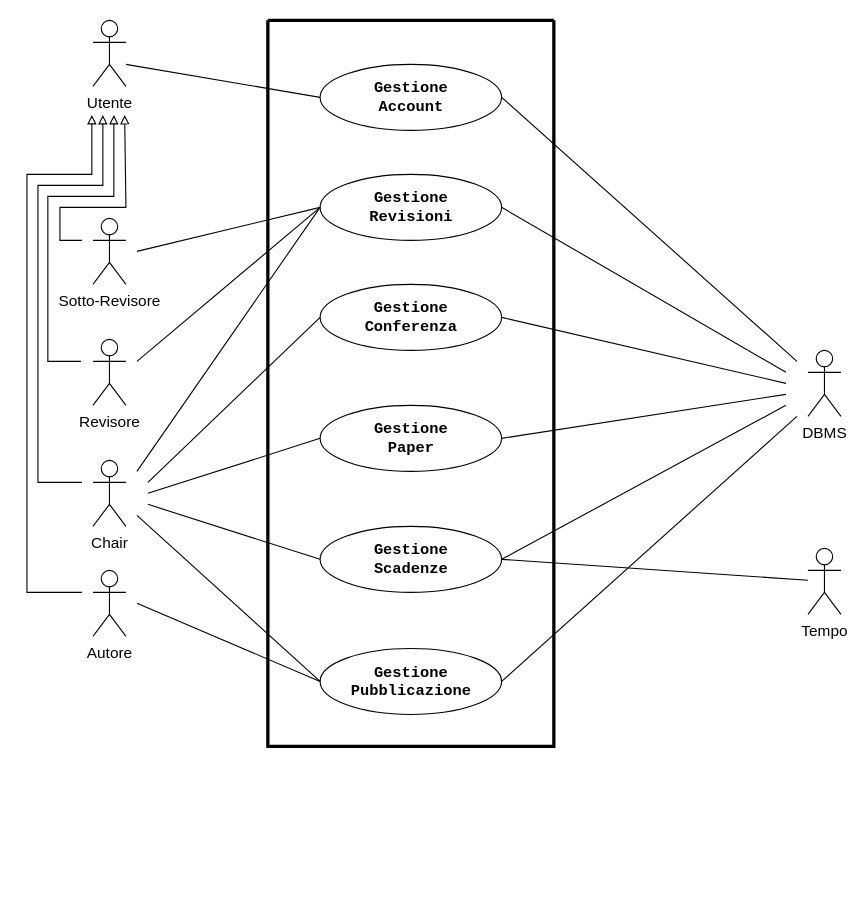
Above: VistaInsieme.drawio in Gabro29/IngegneriaSoftware (draw.io), before the change. Source tidied: cells renumbered, new cells numbered last; positions are measured from the earlier drawing's top-left corner, leaving out a move shared by most shapes. Both pictures are drawn from the tidied source at 110%, with x=0, y=0 at pixel (26, 20).
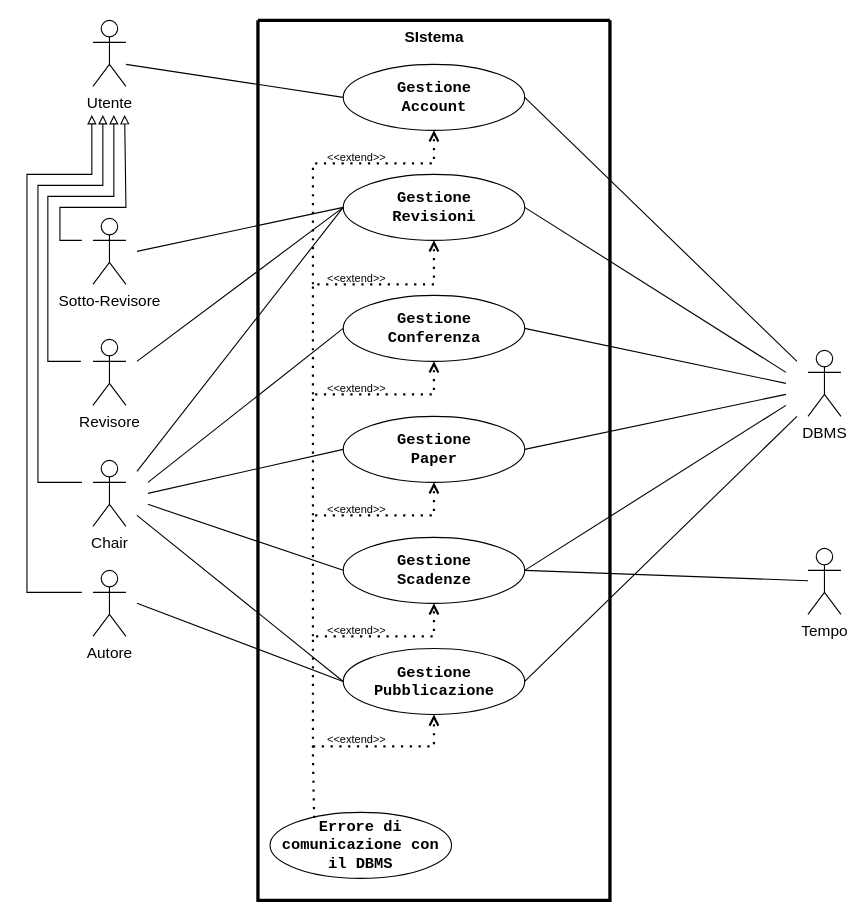
The same page after the edit.

What changed in the source:
```diff
@@
     <mxCell id="2" style="swimlane;startSize=0;swimlaneFillColor=none;strokeWidth=3;strokeColor=light-dark(#000000,#000000);labelBackgroundColor=none;fontColor=light-dark(#000000,#000000);" parent="1" vertex="1">
-      <mxGeometry x="219" width="260" height="660" as="geometry" />
+      <mxGeometry x="210" width="320" height="800" as="geometry" />
     </mxCell>
     <mxCell id="3" value="&lt;font style=&quot;color: light-dark(rgb(0, 0, 0), rgb(0, 0, 0)); font-size: 14px;&quot; face=&quot;Courier New&quot;&gt;&lt;b&gt;Gestione&lt;/b&gt;&lt;/font&gt;&lt;div&gt;&lt;font style=&quot;color: light-dark(rgb(0, 0, 0), rgb(0, 0, 0)); font-size: 14px;&quot; face=&quot;Courier New&quot;&gt;&lt;b&gt;Account&lt;/b&gt;&lt;/font&gt;&lt;/div&gt;" style="ellipse;whiteSpace=wrap;html=1;fillColor=light-dark(#FFFFFF,#FFFFFF);strokeColor=light-dark(#000000,#000000);" parent="2" vertex="1">
-      <mxGeometry x="47.5" y="40" width="165" height="60" as="geometry" />
+      <mxGeometry x="77.5" y="40" width="165" height="60" as="geometry" />
     </mxCell>
     <mxCell id="4" value="&lt;font face=&quot;Courier New&quot; style=&quot;color: light-dark(rgb(0, 0, 0), rgb(0, 0, 0)); font-size: 14px;&quot;&gt;&lt;b&gt;Gestione&lt;/b&gt;&lt;/font&gt;&lt;div&gt;&lt;span style=&quot;font-family: &amp;quot;Courier New&amp;quot;;&quot;&gt;&lt;font style=&quot;color: light-dark(rgb(0, 0, 0), rgb(0, 0, 0)); font-size: 14px;&quot;&gt;&lt;b&gt;Revisioni&lt;/b&gt;&lt;/font&gt;&lt;/span&gt;&lt;/div&gt;" style="ellipse;whiteSpace=wrap;html=1;fillColor=light-dark(#FFFFFF,#FFFFFF);strokeColor=light-dark(#000000,#000000);" parent="2" vertex="1">
-      <mxGeometry x="47.5" y="140" width="165" height="60" as="geometry" />
+      <mxGeometry x="77.5" y="140" width="165" height="60" as="geometry" />
     </mxCell>
     <mxCell id="5" value="&lt;font face=&quot;Courier New&quot; style=&quot;color: light-dark(rgb(0, 0, 0), rgb(0, 0, 0)); font-size: 14px;&quot;&gt;&lt;b&gt;Gestione&lt;/b&gt;&lt;/font&gt;&lt;div&gt;&lt;font style=&quot;color: light-dark(rgb(0, 0, 0), rgb(0, 0, 0)); font-size: 14px;&quot; face=&quot;Courier New&quot;&gt;&lt;b&gt;Conferenza&lt;/b&gt;&lt;/font&gt;&lt;/div&gt;" style="ellipse;whiteSpace=wrap;html=1;fillColor=light-dark(#FFFFFF,#FFFFFF);strokeColor=light-dark(#000000,#000000);" parent="2" vertex="1">
-      <mxGeometry x="47.5" y="240" width="165" height="60" as="geometry" />
+      <mxGeometry x="77.5" y="250" width="165" height="60" as="geometry" />
     </mxCell>
     <mxCell id="6" value="&lt;font face=&quot;Courier New&quot; style=&quot;color: light-dark(rgb(0, 0, 0), rgb(0, 0, 0)); font-size: 14px;&quot;&gt;&lt;b&gt;Gestione&lt;/b&gt;&lt;/font&gt;&lt;div&gt;&lt;span style=&quot;font-family: &amp;quot;Courier New&amp;quot;;&quot;&gt;&lt;font style=&quot;color: light-dark(rgb(0, 0, 0), rgb(0, 0, 0)); font-size: 14px;&quot;&gt;&lt;b&gt;Paper&lt;/b&gt;&lt;/font&gt;&lt;/span&gt;&lt;/div&gt;" style="ellipse;whiteSpace=wrap;html=1;fillColor=light-dark(#FFFFFF,#FFFFFF);strokeColor=light-dark(#000000,#000000);" parent="2" vertex="1">
-      <mxGeometry x="47.5" y="350" width="165" height="60" as="geometry" />
+      <mxGeometry x="77.5" y="360" width="165" height="60" as="geometry" />
     </mxCell>
     <mxCell id="7" value="&lt;font face=&quot;Courier New&quot; style=&quot;color: light-dark(rgb(0, 0, 0), rgb(0, 0, 0)); font-size: 14px;&quot;&gt;&lt;b&gt;Gestione&lt;/b&gt;&lt;/font&gt;&lt;div&gt;&lt;font face=&quot;Courier New&quot; style=&quot;color: light-dark(rgb(0, 0, 0), rgb(0, 0, 0)); font-size: 14px;&quot;&gt;&lt;b&gt;Pubblicazione&lt;/b&gt;&lt;/font&gt;&lt;/div&gt;" style="ellipse;whiteSpace=wrap;html=1;fillColor=light-dark(#FFFFFF,#FFFFFF);strokeColor=light-dark(#000000,#000000);" parent="2" vertex="1">
-      <mxGeometry x="47.5" y="571" width="165" height="60" as="geometry" />
+      <mxGeometry x="77.5" y="571" width="165" height="60" as="geometry" />
     </mxCell>
     <mxCell id="8" value="&lt;font face=&quot;Courier New&quot; style=&quot;color: light-dark(rgb(0, 0, 0), rgb(0, 0, 0)); font-size: 14px;&quot;&gt;&lt;b&gt;Gestione&lt;/b&gt;&lt;/font&gt;&lt;div&gt;&lt;font face=&quot;Courier New&quot; style=&quot;color: light-dark(rgb(0, 0, 0), rgb(0, 0, 0)); font-size: 14px;&quot;&gt;&lt;b&gt;Scadenze&lt;/b&gt;&lt;/font&gt;&lt;/div&gt;" style="ellipse;whiteSpace=wrap;html=1;fillColor=light-dark(#FFFFFF,#FFFFFF);strokeColor=light-dark(#000000,#000000);" parent="2" vertex="1">
-      <mxGeometry x="47.5" y="460" width="165" height="60" as="geometry" />
+      <mxGeometry x="77.5" y="470" width="165" height="60" as="geometry" />
     </mxCell>
+    <mxCell id="36" value="&lt;font style=&quot;color: light-dark(rgb(0, 0, 0), rgb(0, 0, 0));&quot; face=&quot;Courier New&quot;&gt;&lt;span style=&quot;font-size: 14px;&quot;&gt;&lt;b style=&quot;&quot;&gt;Errore di comunicazione con il DBMS&lt;/b&gt;&lt;/span&gt;&lt;/font&gt;" style="ellipse;whiteSpace=wrap;html=1;fillColor=light-dark(#FFFFFF,#FFFFFF);strokeColor=light-dark(#000000,#000000);" parent="2" vertex="1">
+      <mxGeometry x="11" y="720" width="165" height="60" as="geometry" />
+    </mxCell>
+    <mxCell id="37" value="&lt;font style=&quot;color: light-dark(rgb(0, 0, 0), rgb(0, 0, 0)); font-size: 14px;&quot;&gt;&lt;b&gt;SIstema&lt;/b&gt;&lt;/font&gt;" style="text;html=1;align=center;verticalAlign=middle;strokeColor=none;fillColor=none;" parent="2" vertex="1">
+      <mxGeometry x="120" width="80" height="30" as="geometry" />
+    </mxCell>
+    <mxCell id="38" style="endArrow=open;dashed=1;html=1;dashPattern=1 3;strokeWidth=2;rounded=0;strokeColor=light-dark(#000000,#000000);endFill=0;entryX=0.5;entryY=1;entryDx=0;entryDy=0;" parent="2" edge="1" target="5">
+      <mxGeometry relative="1" as="geometry">
+        <mxPoint x="50" y="450" as="sourcePoint" />
+        <Array as="points">
+          <mxPoint x="50" y="340" />
+          <mxPoint x="160" y="340" />
+        </Array>
+      </mxGeometry>
+    </mxCell>
+    <mxCell id="39" style="endArrow=open;dashed=1;html=1;dashPattern=1 3;strokeWidth=2;rounded=0;strokeColor=light-dark(#000000,#000000);endFill=0;entryX=0.5;entryY=1;entryDx=0;entryDy=0;" parent="2" edge="1" target="4">
+      <mxGeometry relative="1" as="geometry">
+        <mxPoint x="50" y="340" as="sourcePoint" />
+        <Array as="points">
+          <mxPoint x="50" y="240" />
+          <mxPoint x="160" y="240" />
+        </Array>
+      </mxGeometry>
+    </mxCell>
+    <mxCell id="40" style="endArrow=open;dashed=1;html=1;dashPattern=1 3;strokeWidth=2;rounded=0;strokeColor=light-dark(#000000,#000000);endFill=0;entryX=0.5;entryY=1;entryDx=0;entryDy=0;" parent="2" edge="1" target="3">
+      <mxGeometry relative="1" as="geometry">
+        <mxPoint x="50" y="240" as="sourcePoint" />
+        <Array as="points">
+          <mxPoint x="50" y="130" />
+          <mxPoint x="160" y="130" />
+        </Array>
+      </mxGeometry>
+    </mxCell>
+    <mxCell id="41" value="&lt;font style=&quot;color: light-dark(rgb(0, 0, 0), rgb(0, 0, 0)); font-size: 10px;&quot;&gt;&amp;lt;&amp;lt;extend&amp;gt;&amp;gt;&lt;/font&gt;" style="text;html=1;align=center;verticalAlign=middle;whiteSpace=wrap;rounded=0;" parent="2" vertex="1">
+      <mxGeometry x="59.5" y="648" width="60" height="10" as="geometry" />
+    </mxCell>
+    <mxCell id="42" style="endArrow=open;dashed=1;html=1;dashPattern=1 3;strokeWidth=2;rounded=0;strokeColor=light-dark(#000000,#000000);endFill=0;entryX=0.5;entryY=1;entryDx=0;entryDy=0;exitX=0.243;exitY=0.086;exitDx=0;exitDy=0;exitPerimeter=0;" parent="2" edge="1" source="36" target="8">
+      <mxGeometry relative="1" as="geometry">
+        <Array as="points">
+          <mxPoint x="50" y="670" />
+          <mxPoint x="50" y="560" />
+          <mxPoint x="160" y="560" />
+        </Array>
+      </mxGeometry>
+    </mxCell>
+    <mxCell id="43" value="&lt;font style=&quot;color: light-dark(rgb(0, 0, 0), rgb(0, 0, 0)); font-size: 10px;&quot;&gt;&amp;lt;&amp;lt;extend&amp;gt;&amp;gt;&lt;/font&gt;" style="text;html=1;align=center;verticalAlign=middle;whiteSpace=wrap;rounded=0;" parent="2" vertex="1">
+      <mxGeometry x="59.5" y="549" width="60" height="10" as="geometry" />
+    </mxCell>
@@
-    <mxCell id="10" value="&lt;font face=&quot;Helvetica&quot; style=&quot;color: light-dark(rgb(0, 0, 0), rgb(0, 0, 0)); font-size: 14px;&quot;&gt;Autore&lt;/font&gt;" style="shape=umlActor;verticalLabelPosition=bottom;verticalAlign=top;html=1;strokeColor=light-dark(#000000,#000000);" parent="1" vertex="1">
+    <mxCell id="10" value="&lt;font face=&quot;Helvetica&quot; style=&quot;color: light-dark(rgb(0, 0, 0), rgb(0, 0, 0)); font-size: 14px;&quot;&gt;Autore&lt;/font&gt;" style="shape=umlActor;verticalLabelPosition=bottom;verticalAlign=top;html=1;strokeColor=light-dark(#000000,#000000);fillColor=none;" parent="1" vertex="1">
       <mxGeometry x="60" y="500" width="30" height="60" as="geometry" />
     </mxCell>
-    <mxCell id="11" value="&lt;font face=&quot;Helvetica&quot; style=&quot;color: light-dark(rgb(0, 0, 0), rgb(0, 0, 0)); font-size: 14px;&quot;&gt;Chair&lt;/font&gt;" style="shape=umlActor;verticalLabelPosition=bottom;verticalAlign=top;html=1;strokeColor=light-dark(#000000,#000000);" parent="1" vertex="1">
+    <mxCell id="11" value="&lt;font face=&quot;Helvetica&quot; style=&quot;color: light-dark(rgb(0, 0, 0), rgb(0, 0, 0)); font-size: 14px;&quot;&gt;Chair&lt;/font&gt;" style="shape=umlActor;verticalLabelPosition=bottom;verticalAlign=top;html=1;strokeColor=light-dark(#000000,#000000);fillColor=none;" parent="1" vertex="1">
       <mxGeometry x="60" y="400" width="30" height="60" as="geometry" />
     </mxCell>
-    <mxCell id="12" value="&lt;font face=&quot;Helvetica&quot; style=&quot;color: light-dark(rgb(0, 0, 0), rgb(0, 0, 0)); font-size: 14px;&quot;&gt;Revisore&lt;/font&gt;" style="shape=umlActor;verticalLabelPosition=bottom;verticalAlign=top;html=1;strokeColor=light-dark(#000000,#000000);" parent="1" vertex="1">
+    <mxCell id="12" value="&lt;font face=&quot;Helvetica&quot; style=&quot;color: light-dark(rgb(0, 0, 0), rgb(0, 0, 0)); font-size: 14px;&quot;&gt;Revisore&lt;/font&gt;" style="shape=umlActor;verticalLabelPosition=bottom;verticalAlign=top;html=1;strokeColor=light-dark(#000000,#000000);fillColor=none;" parent="1" vertex="1">
       <mxGeometry x="60" y="290" width="30" height="60" as="geometry" />
     </mxCell>
-    <mxCell id="13" value="&lt;font face=&quot;Helvetica&quot; style=&quot;color: light-dark(rgb(0, 0, 0), rgb(0, 0, 0)); font-size: 14px;&quot;&gt;Sotto-Revisore&lt;/font&gt;" style="shape=umlActor;verticalLabelPosition=bottom;verticalAlign=top;html=1;strokeColor=light-dark(#000000,#000000);" parent="1" vertex="1">
+    <mxCell id="13" value="&lt;font face=&quot;Helvetica&quot; style=&quot;color: light-dark(rgb(0, 0, 0), rgb(0, 0, 0)); font-size: 14px;&quot;&gt;Sotto-Revisore&lt;/font&gt;" style="shape=umlActor;verticalLabelPosition=bottom;verticalAlign=top;html=1;strokeColor=light-dark(#000000,#000000);fillColor=none;" parent="1" vertex="1">
       <mxGeometry x="60" y="180" width="30" height="60" as="geometry" />
     </mxCell>
@@
-    <mxCell id="15" value="&lt;font style=&quot;color: light-dark(rgb(0, 0, 0), rgb(0, 0, 0)); font-size: 14px;&quot;&gt;Utente&lt;/font&gt;" style="shape=umlActor;verticalLabelPosition=bottom;verticalAlign=top;html=1;strokeColor=light-dark(#000000,#000000);" parent="1" vertex="1">
+    <mxCell id="15" value="&lt;font style=&quot;color: light-dark(rgb(0, 0, 0), rgb(0, 0, 0)); font-size: 14px;&quot;&gt;Utente&lt;/font&gt;" style="shape=umlActor;verticalLabelPosition=bottom;verticalAlign=top;html=1;strokeColor=light-dark(#000000,#000000);fillColor=none;" parent="1" vertex="1">
       <mxGeometry x="60" width="30" height="60" as="geometry" />
     </mxCell>
@@
-    <mxCell id="24" value="&lt;font face=&quot;Helvetica&quot; style=&quot;color: light-dark(rgb(0, 0, 0), rgb(0, 0, 0)); font-size: 14px;&quot;&gt;DBMS&lt;/font&gt;" style="shape=umlActor;verticalLabelPosition=bottom;verticalAlign=top;html=1;strokeColor=light-dark(#000000,#000000);" parent="1" vertex="1">
+    <mxCell id="24" value="&lt;font face=&quot;Helvetica&quot; style=&quot;color: light-dark(rgb(0, 0, 0), rgb(0, 0, 0)); font-size: 14px;&quot;&gt;DBMS&lt;/font&gt;" style="shape=umlActor;verticalLabelPosition=bottom;verticalAlign=top;html=1;strokeColor=light-dark(#000000,#000000);fillColor=none;" parent="1" vertex="1">
       <mxGeometry x="710" y="300" width="30" height="60" as="geometry" />
     </mxCell>
-    <mxCell id="25" value="&lt;font style=&quot;color: light-dark(rgb(0, 0, 0), rgb(0, 0, 0)); font-size: 14px;&quot;&gt;Tempo&lt;/font&gt;" style="shape=umlActor;verticalLabelPosition=bottom;verticalAlign=top;html=1;outlineConnect=0;strokeColor=light-dark(#000000,#000000);" parent="1" vertex="1">
+    <mxCell id="25" value="&lt;font style=&quot;color: light-dark(rgb(0, 0, 0), rgb(0, 0, 0)); font-size: 14px;&quot;&gt;Tempo&lt;/font&gt;" style="shape=umlActor;verticalLabelPosition=bottom;verticalAlign=top;html=1;outlineConnect=0;strokeColor=light-dark(#000000,#000000);fillColor=none;" parent="1" vertex="1">
       <mxGeometry x="710" y="480" width="30" height="60" as="geometry" />
     </mxCell>
@@
+    <mxCell id="44" style="endArrow=open;dashed=1;html=1;dashPattern=1 3;strokeWidth=2;rounded=0;strokeColor=light-dark(#000000,#000000);endFill=0;entryX=0.5;entryY=1;entryDx=0;entryDy=0;" parent="1" edge="1" target="6">
+      <mxGeometry relative="1" as="geometry">
+        <mxPoint x="260" y="560" as="sourcePoint" />
+        <Array as="points">
+          <mxPoint x="260" y="450" />
+          <mxPoint x="370" y="450" />
+        </Array>
+      </mxGeometry>
+    </mxCell>
+    <mxCell id="45" style="endArrow=open;dashed=1;html=1;dashPattern=1 3;strokeWidth=2;rounded=0;strokeColor=light-dark(#000000,#000000);endFill=0;entryX=0.5;entryY=1;entryDx=0;entryDy=0;" parent="1" edge="1" target="7">
+      <mxGeometry relative="1" as="geometry">
+        <mxPoint x="260" y="660" as="sourcePoint" />
+        <Array as="points">
+          <mxPoint x="370" y="660" />
+        </Array>
+      </mxGeometry>
+    </mxCell>
+    <mxCell id="46" value="&lt;font style=&quot;color: light-dark(rgb(0, 0, 0), rgb(0, 0, 0)); font-size: 10px;&quot;&gt;&amp;lt;&amp;lt;extend&amp;gt;&amp;gt;&lt;/font&gt;" style="text;html=1;align=center;verticalAlign=middle;whiteSpace=wrap;rounded=0;" parent="1" vertex="1">
+      <mxGeometry x="269.5" y="439" width="60" height="10" as="geometry" />
+    </mxCell>
+    <mxCell id="47" value="&lt;font style=&quot;color: light-dark(rgb(0, 0, 0), rgb(0, 0, 0)); font-size: 10px;&quot;&gt;&amp;lt;&amp;lt;extend&amp;gt;&amp;gt;&lt;/font&gt;" style="text;html=1;align=center;verticalAlign=middle;whiteSpace=wrap;rounded=0;" parent="1" vertex="1">
+      <mxGeometry x="269.5" y="329" width="60" height="10" as="geometry" />
+    </mxCell>
+    <mxCell id="48" value="&lt;font style=&quot;color: light-dark(rgb(0, 0, 0), rgb(0, 0, 0)); font-size: 10px;&quot;&gt;&amp;lt;&amp;lt;extend&amp;gt;&amp;gt;&lt;/font&gt;" style="text;html=1;align=center;verticalAlign=middle;whiteSpace=wrap;rounded=0;" parent="1" vertex="1">
+      <mxGeometry x="269.5" y="229" width="60" height="10" as="geometry" />
+    </mxCell>
+    <mxCell id="49" value="&lt;font style=&quot;color: light-dark(rgb(0, 0, 0), rgb(0, 0, 0)); font-size: 10px;&quot;&gt;&amp;lt;&amp;lt;extend&amp;gt;&amp;gt;&lt;/font&gt;" style="text;html=1;align=center;verticalAlign=middle;whiteSpace=wrap;rounded=0;" parent="1" vertex="1">
+      <mxGeometry x="269.5" y="119" width="60" height="10" as="geometry" />
+    </mxCell>
```
